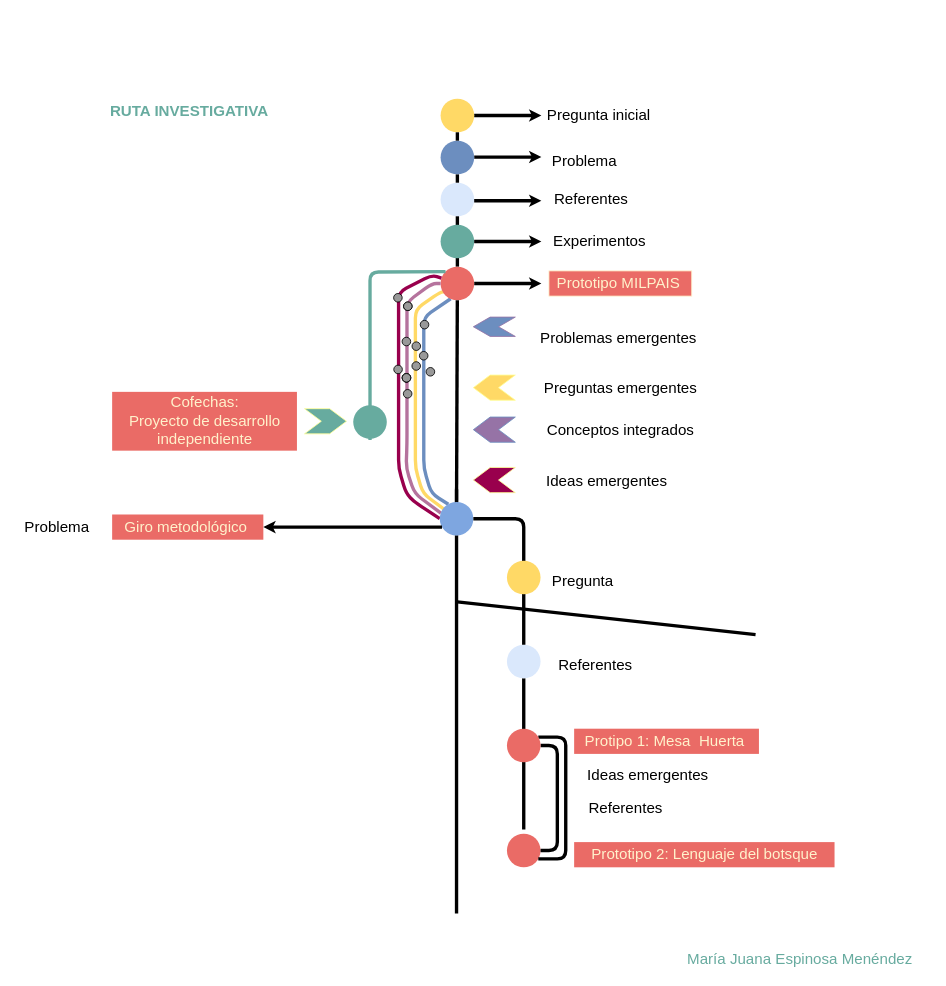
Earlier version of the draw.io diagram page "Ruta investigativa" (6 of 13) of Esquemas/001_esqu_cap_tesis.drawio (mjespinosam/botsque-doc). Source tidied: cells renumbered, new cells numbered last; positions are measured from the earlier drawing's top-left corner, leaving out a move shared by most shapes. Both pictures are drawn from the tidied source at 84%, with x=0, y=0 at pixel (14, 98).
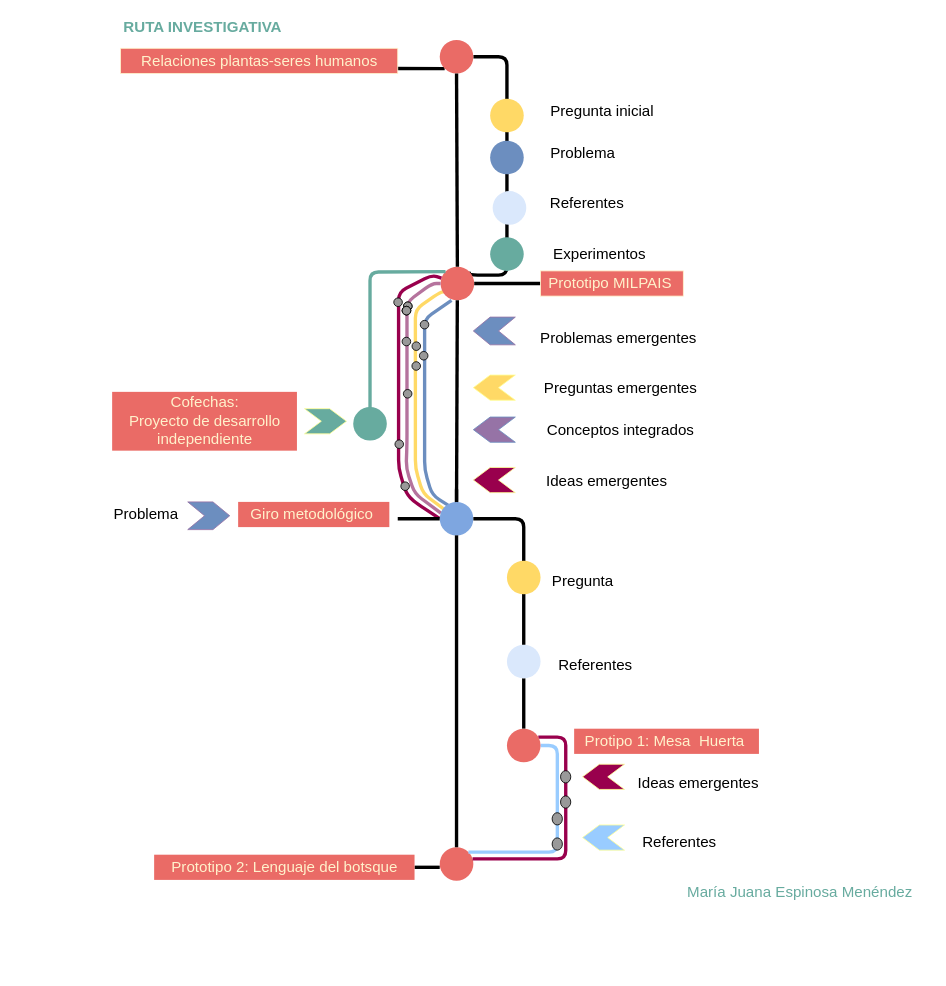
Above is the later version.

The change refers to these unchanged cells:
```xml
<mxCell id="16" value="&lt;br&gt;&lt;br&gt;&lt;br&gt;&lt;br&gt;" style="ellipse;whiteSpace=wrap;html=1;fillColor=#EA6B66;strokeColor=none;" parent="1" vertex="1">
  <mxGeometry x="507" y="200" width="40" height="40" as="geometry" />
</mxCell>
<mxCell id="41" value="&lt;br&gt;&lt;br&gt;&lt;br&gt;&lt;br&gt;" style="ellipse;whiteSpace=wrap;html=1;fillColor=#7EA6E0;strokeColor=none;" parent="1" vertex="1">
  <mxGeometry x="506" y="480" width="40" height="40" as="geometry" />
</mxCell>
<mxCell id="43" value="&lt;br&gt;&lt;br&gt;&lt;br&gt;&lt;br&gt;" style="ellipse;whiteSpace=wrap;html=1;fillColor=#dae8fc;strokeColor=none;" parent="1" vertex="1">
  <mxGeometry x="586" y="650" width="40" height="40" as="geometry" />
</mxCell>
<mxCell id="79" value="&lt;br&gt;&lt;br&gt;&lt;br&gt;&lt;br&gt;" style="ellipse;whiteSpace=wrap;html=1;fillColor=#EA6B66;strokeColor=none;" parent="70" vertex="1">
  <mxGeometry x="586" y="750" width="40" height="40" as="geometry" />
</mxCell>
```

The edit, as a diff of the source:
```diff
@@
-    <mxCell id="2" style="endArrow=none;html=1;strokeWidth=4;entryX=0.3;entryY=0.954;entryDx=0;entryDy=0;entryPerimeter=0;fillColor=#dae8fc;strokeColor=#6C8EBF;exitX=0.256;exitY=0.071;exitDx=0;exitDy=0;exitPerimeter=0;" parent="1" edge="1" source="41" target="16">
+    <mxCell id="2" style="endArrow=none;html=1;strokeWidth=4;entryX=0.3;entryY=0.954;entryDx=0;entryDy=0;entryPerimeter=0;fillColor=#dae8fc;strokeColor=#6C8EBF;exitX=0.256;exitY=0.071;exitDx=0;exitDy=0;exitPerimeter=0;" parent="1" edge="1">
       <mxGeometry relative="1" as="geometry">
+        <mxPoint x="517.2" y="484.8" as="sourcePoint" />
+        <mxPoint x="520" y="240.2" as="targetPoint" />
         <Array as="points">
-          <mxPoint x="496" y="470" />
-          <mxPoint x="487" y="440" />
-          <mxPoint x="487" y="320" />
-          <mxPoint x="487" y="260" />
+          <mxPoint x="497" y="472" />
+          <mxPoint x="488" y="442" />
+          <mxPoint x="488" y="322" />
+          <mxPoint x="488" y="262" />
         </Array>
       </mxGeometry>
     </mxCell>
@@
-    <mxCell id="5" style="edgeStyle=orthogonalEdgeStyle;curved=1;jettySize=auto;html=1;strokeWidth=4;endSize=2;" parent="1" edge="1" source="6">
+    <mxCell id="5" style="edgeStyle=orthogonalEdgeStyle;jettySize=auto;html=1;strokeWidth=4;endSize=2;exitX=1;exitY=0.5;exitDx=0;exitDy=0;endArrow=none;endFill=0;rounded=1;entryX=1;entryY=0;entryDx=0;entryDy=0;" parent="1" edge="1" source="81" target="16">
       <mxGeometry relative="1" as="geometry">
-        <mxPoint x="627" y="20" as="targetPoint" />
+        <Array as="points">
+          <mxPoint x="586" y="-50" />
+          <mxPoint x="586" y="210" />
+          <mxPoint x="541" y="210" />
+        </Array>
       </mxGeometry>
     </mxCell>
-    <mxCell id="6" value="&lt;br&gt;&lt;br&gt;&lt;br&gt;&lt;br&gt;" style="ellipse;whiteSpace=wrap;html=1;fillColor=#FFD966;strokeColor=none;" parent="1" vertex="1">
-      <mxGeometry x="507" width="40" height="40" as="geometry" />
-    </mxCell>
-    <mxCell id="7" value="&lt;br&gt;&lt;br&gt;&lt;br&gt;&lt;br&gt;" style="ellipse;whiteSpace=wrap;html=1;fillColor=#dae8fc;strokeColor=none;" parent="1" vertex="1">
-      <mxGeometry x="507" y="100" width="40" height="40" as="geometry" />
-    </mxCell>
-    <mxCell id="8" style="endArrow=none;html=1;strokeWidth=4;" parent="1" edge="1" source="18" target="7">
-      <mxGeometry relative="1" as="geometry" />
-    </mxCell>
-    <mxCell id="9" style="edgeStyle=orthogonalEdgeStyle;curved=1;jettySize=auto;html=1;strokeWidth=4;endSize=2;" parent="1" edge="1" source="16">
-      <mxGeometry relative="1" as="geometry">
-        <mxPoint x="627" y="220" as="targetPoint" />
-      </mxGeometry>
-    </mxCell>
-    <mxCell id="10" style="endArrow=none;html=1;strokeWidth=4;" parent="1" edge="1" source="7" target="16">
-      <mxGeometry relative="1" as="geometry" />
-    </mxCell>
-    <mxCell id="11" style="edgeStyle=orthogonalEdgeStyle;curved=1;orthogonalLoop=1;jettySize=auto;html=1;strokeWidth=4;endSize=2;" parent="1" edge="1">
-      <mxGeometry relative="1" as="geometry">
-        <mxPoint x="547" y="69.5" as="sourcePoint" />
-        <mxPoint x="627" y="69.5" as="targetPoint" />
-      </mxGeometry>
-    </mxCell>
+    <mxCell id="80" style="edgeStyle=orthogonalEdgeStyle;rounded=0;jettySize=auto;html=1;endArrow=none;endFill=0;strokeColor=#000000;strokeWidth=4;exitX=0;exitY=1;exitDx=0;exitDy=0;entryX=0.988;entryY=0.973;entryDx=0;entryDy=0;entryPerimeter=0;" parent="1" edge="1" source="81" target="50">
+      <mxGeometry relative="1" as="geometry">
+        <Array as="points">
+          <mxPoint x="452" y="-36" />
+        </Array>
+      </mxGeometry>
+    </mxCell>
+    <mxCell id="81" value="&lt;br&gt;&lt;br&gt;&lt;br&gt;&lt;br&gt;" style="ellipse;whiteSpace=wrap;html=1;fillColor=#EA6B66;strokeColor=none;" parent="1" vertex="1">
+      <mxGeometry x="506" y="-70" width="40" height="40" as="geometry" />
+    </mxCell>
@@
     <mxCell id="15" style="group;" parent="1" vertex="1">
-      <mxGeometry x="457" y="200" width="140" height="320" as="geometry" />
+      <mxGeometry x="457" y="120" width="140" height="320" as="geometry" />
     </mxCell>
+    <mxCell id="82" style="edgeStyle=orthogonalEdgeStyle;rounded=1;jettySize=auto;html=1;endArrow=none;endFill=0;strokeColor=#000000;strokeWidth=4;" parent="1" edge="1" source="16" target="84">
+      <mxGeometry relative="1" as="geometry" />
+    </mxCell>
@@
-    <mxCell id="18" value="&lt;br&gt;&lt;br&gt;&lt;br&gt;&lt;br&gt;" style="ellipse;whiteSpace=wrap;html=1;fillColor=#6C8EBF;strokeColor=none;" parent="1" vertex="1">
-      <mxGeometry x="507" y="50" width="40" height="40" as="geometry" />
-    </mxCell>
-    <mxCell id="19" style="endArrow=none;html=1;strokeWidth=4;" parent="1" edge="1" target="18">
-      <mxGeometry relative="1" as="geometry">
-        <mxPoint x="527" y="40" as="sourcePoint" />
-      </mxGeometry>
+    <mxCell id="19" style="endArrow=none;html=1;strokeWidth=4;exitX=0.5;exitY=1;exitDx=0;exitDy=0;entryX=0.5;entryY=0;entryDx=0;entryDy=0;" parent="1" edge="1" source="81" target="16">
+      <mxGeometry relative="1" as="geometry" />
     </mxCell>
-    <mxCell id="20" style="edgeStyle=orthogonalEdgeStyle;curved=1;orthogonalLoop=1;jettySize=auto;html=1;strokeWidth=4;endSize=2;" parent="1" edge="1">
-      <mxGeometry relative="1" as="geometry">
-        <mxPoint x="547" y="121.5" as="sourcePoint" />
-        <mxPoint x="627" y="121.5" as="targetPoint" />
-      </mxGeometry>
-    </mxCell>
-    <mxCell id="21" value="&lt;br&gt;&lt;br&gt;&lt;br&gt;&lt;br&gt;" style="ellipse;whiteSpace=wrap;html=1;fillColor=#67AB9F;strokeColor=none;" parent="1" vertex="1">
-      <mxGeometry x="507" y="150" width="40" height="40" as="geometry" />
-    </mxCell>
-    <mxCell id="22" style="edgeStyle=orthogonalEdgeStyle;curved=1;orthogonalLoop=1;jettySize=auto;html=1;strokeWidth=4;endSize=2;" parent="1" edge="1">
-      <mxGeometry relative="1" as="geometry">
-        <mxPoint x="547" y="170" as="sourcePoint" />
-        <mxPoint x="627" y="170" as="targetPoint" />
-      </mxGeometry>
-    </mxCell>
-    <mxCell id="23" value="Referentes" style="text;html=1;align=center;verticalAlign=middle;fontFamily=Epilogue;fontSize=18;fontStyle=0;" parent="1" vertex="1">
-      <mxGeometry x="631" y="105" width="110" height="30" as="geometry" />
-    </mxCell>
@@
     <mxCell id="30" style="ellipse;whiteSpace=wrap;html=1;strokeColor=#000000;fillColor=#999999;" parent="1" vertex="1">
-      <mxGeometry x="451.3" y="317.2" width="10.2" height="10.2" as="geometry" />
+      <mxGeometry x="451.3" y="237.2" width="10.2" height="10.2" as="geometry" />
     </mxCell>
     <mxCell id="31" style="ellipse;whiteSpace=wrap;html=1;strokeColor=#000000;fillColor=#999999;" parent="1" vertex="1">
-      <mxGeometry x="461.3" y="327.2" width="10.2" height="10.2" as="geometry" />
+      <mxGeometry x="461.3" y="247.2" width="10.2" height="10.2" as="geometry" />
     </mxCell>
     <mxCell id="32" style="ellipse;whiteSpace=wrap;html=1;strokeColor=#000000;fillColor=#999999;" parent="1" vertex="1">
-      <mxGeometry x="461.3" y="327.2" width="10.2" height="10.2" as="geometry" />
+      <mxGeometry x="461.3" y="247.2" width="10.2" height="10.2" as="geometry" />
     </mxCell>
     <mxCell id="33" style="ellipse;whiteSpace=wrap;html=1;strokeColor=#000000;fillColor=#999999;" parent="1" vertex="1">
-      <mxGeometry x="461.3" y="327.2" width="10.2" height="10.2" as="geometry" />
+      <mxGeometry x="461.3" y="247.2" width="10.2" height="10.2" as="geometry" />
     </mxCell>
@@
-    <mxCell id="36" style="ellipse;whiteSpace=wrap;html=1;strokeColor=#000000;fillColor=#999999;" parent="1" vertex="1">
-      <mxGeometry x="451.1" y="231.9" width="10.2" height="10.2" as="geometry" />
-    </mxCell>
-    <mxCell id="37" style="endArrow=none;html=1;strokeWidth=4;" parent="1" edge="1">
-      <mxGeometry relative="1" as="geometry">
-        <mxPoint x="526.9" y="599" as="sourcePoint" />
-        <mxPoint x="882" y="638" as="targetPoint" />
-      </mxGeometry>
-    </mxCell>
@@
-    <mxCell id="40" style="edgeStyle=orthogonalEdgeStyle;rounded=1;jettySize=auto;html=1;startArrow=none;startFill=0;startSize=5;endArrow=none;endFill=0;endSize=2;strokeColor=#000000;strokeWidth=4;fontFamily=Epilogue;fontSize=18;fontColor=#EA6B66;" parent="1" edge="1" source="41">
+    <mxCell id="40" style="edgeStyle=orthogonalEdgeStyle;rounded=1;orthogonalLoop=1;jettySize=auto;html=1;startArrow=none;startFill=0;startSize=5;endArrow=none;endFill=0;endSize=0;strokeColor=#000000;strokeWidth=4;fontFamily=Epilogue;fontSize=18;fontColor=#EA6B66;targetPerimeterSpacing=7;" parent="1" edge="1">
       <mxGeometry relative="1" as="geometry">
-        <mxPoint x="526" y="970" as="targetPoint" />
+        <mxPoint x="526" y="930" as="sourcePoint" />
+        <mxPoint x="526" y="920" as="targetPoint" />
+        <Array as="points">
+          <mxPoint x="526" y="930" />
+          <mxPoint x="526" y="930" />
+        </Array>
       </mxGeometry>
     </mxCell>
+    <mxCell id="83" style="edgeStyle=orthogonalEdgeStyle;rounded=1;jettySize=auto;html=1;endArrow=none;endFill=0;strokeColor=#000000;strokeWidth=4;" parent="1" edge="1" source="41">
+      <mxGeometry relative="1" as="geometry">
+        <mxPoint x="456" y="500" as="targetPoint" />
+      </mxGeometry>
+    </mxCell>
@@
-    <mxCell id="42" style="edgeStyle=orthogonalEdgeStyle;rounded=1;jettySize=auto;html=1;startArrow=none;startFill=0;startSize=5;endArrow=none;endFill=0;endSize=2;strokeColor=#000000;strokeWidth=4;fontFamily=Epilogue;fontSize=18;fontColor=#EA6B66;" parent="1" edge="1" source="43">
-      <mxGeometry relative="1" as="geometry">
-        <mxPoint x="606" y="870" as="targetPoint" />
-      </mxGeometry>
+    <mxCell id="42" style="edgeStyle=orthogonalEdgeStyle;rounded=1;jettySize=auto;html=1;startArrow=none;startFill=0;startSize=5;endArrow=none;endFill=0;endSize=2;strokeColor=#000000;strokeWidth=4;fontFamily=Epilogue;fontSize=18;fontColor=#EA6B66;" parent="1" edge="1" source="43" target="79">
+      <mxGeometry relative="1" as="geometry" />
     </mxCell>
@@
+    <mxCell id="84" value="&lt;font color=&quot;#fff2cc&quot; style=&quot;font-size: 18px;&quot;&gt;Prototipo MILPAIS&amp;nbsp;&lt;/font&gt;" style="text;html=1;align=center;verticalAlign=middle;points=[];fontFamily=Epilogue;fontSize=18;fontStyle=0;fillColor=#EA6B66;strokeColor=#FFF2CC;" parent="1" vertex="1">
+      <mxGeometry x="626" y="205" width="170" height="30" as="geometry" />
+    </mxCell>
+    <mxCell id="47" value="Pregunta inicial" style="text;html=1;align=left;verticalAlign=middle;fontFamily=Epilogue;fontSize=18;fontStyle=0;" parent="1" vertex="1">
+      <mxGeometry x="636" width="150" height="30" as="geometry" />
+    </mxCell>
+    <mxCell id="48" value="Problema" style="text;html=1;align=center;verticalAlign=middle;fontFamily=Epilogue;fontSize=18;fontStyle=0;" parent="1" vertex="1">
+      <mxGeometry x="626" y="50" width="100" height="30" as="geometry" />
+    </mxCell>
+    <mxCell id="23" value="Referentes" style="text;html=1;align=center;verticalAlign=middle;fontFamily=Epilogue;fontSize=18;fontStyle=0;" parent="1" vertex="1">
+      <mxGeometry x="626" y="110" width="110" height="30" as="geometry" />
+    </mxCell>
+    <mxCell id="49" value="Experimentos" style="text;html=1;align=center;verticalAlign=middle;fontFamily=Epilogue;fontSize=18;fontStyle=0;" parent="1" vertex="1">
+      <mxGeometry x="626" y="170" width="140" height="30" as="geometry" />
+    </mxCell>
+    <mxCell id="68" value="&lt;br&gt;&lt;br&gt;&lt;br&gt;&lt;br&gt;" style="ellipse;whiteSpace=wrap;html=1;fillColor=#EA6B66;strokeColor=none;" parent="1" vertex="1">
+      <mxGeometry x="506" y="891" width="40" height="40" as="geometry" />
+    </mxCell>
+    <mxCell id="85" style="edgeStyle=orthogonalEdgeStyle;rounded=1;jettySize=auto;html=1;startArrow=none;startFill=0;startSize=5;endArrow=none;endFill=0;endSize=2;strokeColor=#000000;strokeWidth=4;fontFamily=Epilogue;fontSize=18;fontColor=#EA6B66;" parent="1" edge="1" source="41" target="68">
+      <mxGeometry relative="1" as="geometry" />
+    </mxCell>
+    <mxCell id="86" style="ellipse;whiteSpace=wrap;html=1;strokeColor=#000000;fillColor=#999999;" parent="1" vertex="1">
+      <mxGeometry x="452.7" y="406.2" width="10.2" height="10.2" as="geometry" />
+    </mxCell>
+    <mxCell id="87" style="ellipse;whiteSpace=wrap;html=1;strokeColor=#000000;fillColor=#999999;" parent="1" vertex="1">
+      <mxGeometry x="459.7" y="456.2" width="10.2" height="10.2" as="geometry" />
+    </mxCell>
@@
-    <mxCell id="47" value="Pregunta inicial" style="text;html=1;align=left;verticalAlign=middle;fontFamily=Epilogue;fontSize=18;fontStyle=0;" parent="45" vertex="1">
-      <mxGeometry x="632" y="5" width="150" height="30" as="geometry" />
-    </mxCell>
-    <mxCell id="48" value="Problema" style="text;html=1;align=center;verticalAlign=middle;fontFamily=Epilogue;fontSize=18;fontStyle=0;" parent="45" vertex="1">
-      <mxGeometry x="628" y="60" width="100" height="30" as="geometry" />
-    </mxCell>
-    <mxCell id="49" value="Experimentos" style="text;html=1;align=center;verticalAlign=middle;fontFamily=Epilogue;fontSize=18;fontStyle=0;" parent="45" vertex="1">
-      <mxGeometry x="626" y="155" width="140" height="30" as="geometry" />
-    </mxCell>
-    <mxCell id="50" value="&lt;font color=&quot;#fff2cc&quot; style=&quot;font-size: 18px;&quot;&gt;Prototipo MILPAIS&amp;nbsp;&lt;/font&gt;" style="text;html=1;align=center;verticalAlign=middle;points=[];fontFamily=Epilogue;fontSize=18;fontStyle=0;fillColor=#EA6B66;strokeColor=#FFF2CC;" parent="45" vertex="1">
-      <mxGeometry x="636" y="205" width="170" height="30" as="geometry" />
+    <mxCell id="50" value="&lt;font color=&quot;#fff2cc&quot; style=&quot;font-size: 18px&quot;&gt;Relaciones plantas-seres humanos&lt;/font&gt;" style="text;html=1;align=center;verticalAlign=middle;points=[];fontFamily=Epilogue;fontSize=18;fontStyle=0;fillColor=#EA6B66;strokeColor=#FFF2CC;" parent="45" vertex="1">
+      <mxGeometry x="126" y="-60" width="330" height="30" as="geometry" />
     </mxCell>
@@
     <mxCell id="55" value="&lt;div style=&quot;text-align: left ; font-size: 18px&quot;&gt;&lt;font color=&quot;#67ab9f&quot;&gt;&lt;b&gt;RUTA INVESTIGATIVA&amp;nbsp;&lt;/b&gt;&lt;/font&gt;&lt;/div&gt;" style="text;html=1;align=center;verticalAlign=middle;fontSize=18;fontFamily=Abril fatface;fontColor=#FFF2CC;FType=g;" parent="45" vertex="1">
-      <mxGeometry x="100" width="220" height="30" as="geometry" />
+      <mxGeometry x="116" y="-100" width="220" height="30" as="geometry" />
     </mxCell>
     <mxCell id="56" value="&lt;font color=&quot;#67ab9f&quot; style=&quot;font-size: 18px;&quot;&gt;María Juana Espinosa Menéndez&amp;nbsp;&lt;/font&gt;" style="text;html=1;align=center;verticalAlign=middle;fontSize=18;fontFamily=Epilogue;fontColor=#FFF2CC;" parent="45" vertex="1">
-      <mxGeometry x="782" y="1010" width="310" height="30" as="geometry" />
+      <mxGeometry x="782" y="930" width="310" height="30" as="geometry" />
     </mxCell>
@@
     <mxCell id="60" value="&lt;font color=&quot;#000000&quot; style=&quot;font-size: 18px;&quot;&gt;Problema&lt;/font&gt;" style="text;html=1;align=center;verticalAlign=middle;fontSize=18;fontFamily=Epilogue;fontColor=#67AB9F;" parent="45" vertex="1">
-      <mxGeometry y="495" width="100" height="30" as="geometry" />
+      <mxGeometry x="106" y="480" width="100" height="30" as="geometry" />
     </mxCell>
     <mxCell id="61" value="Giro metodológico&amp;nbsp;" style="text;html=1;align=center;verticalAlign=middle;fontSize=18;fontFamily=Epilogue;fontColor=#FFF2CC;fillColor=#EA6B66;" parent="45" vertex="1">
-      <mxGeometry x="116" y="495" width="180" height="30" as="geometry" />
+      <mxGeometry x="266" y="480" width="180" height="30" as="geometry" />
     </mxCell>
@@
+    <mxCell id="88" style="edgeStyle=orthogonalEdgeStyle;rounded=0;jettySize=auto;html=1;endArrow=none;endFill=0;strokeColor=#000000;strokeWidth=4;" parent="45" edge="1" source="63">
+      <mxGeometry relative="1" as="geometry">
+        <mxPoint x="506" y="915" as="targetPoint" />
+      </mxGeometry>
+    </mxCell>
     <mxCell id="63" value="&lt;font style=&quot;font-size: 18px;&quot;&gt;Prototipo 2: Lenguaje del botsque&lt;/font&gt;" style="text;html=1;align=center;verticalAlign=middle;points=[];fontSize=18;fontFamily=Epilogue;fontColor=#FFF2CC;fillColor=#EA6B66;" parent="45" vertex="1">
-      <mxGeometry x="666" y="885" width="310" height="30" as="geometry" />
+      <mxGeometry x="166" y="900" width="310" height="30" as="geometry" />
     </mxCell>
     <mxCell id="64" value="Ideas emergentes&amp;nbsp;" style="text;html=1;align=center;verticalAlign=middle;fontFamily=Epilogue;fontSize=18;fontStyle=0;" parent="45" vertex="1">
-      <mxGeometry x="666" y="790" width="180" height="30" as="geometry" />
+      <mxGeometry x="726" y="800" width="180" height="30" as="geometry" />
     </mxCell>
@@
     <mxCell id="66" value="Referentes" style="text;html=1;align=center;verticalAlign=middle;fontSize=18;fontFamily=Epilogue;fontColor=#000000;" parent="45" vertex="1">
-      <mxGeometry x="672" y="830" width="110" height="30" as="geometry" />
+      <mxGeometry x="736" y="870" width="110" height="30" as="geometry" />
     </mxCell>
@@
-    <mxCell id="68" value="&lt;br&gt;&lt;br&gt;&lt;br&gt;&lt;br&gt;" style="ellipse;whiteSpace=wrap;html=1;fillColor=#EA6B66;strokeColor=none;" parent="45" vertex="1">
-      <mxGeometry x="586" y="875" width="40" height="40" as="geometry" />
-    </mxCell>
-    <mxCell id="69" style="edgeStyle=orthogonalEdgeStyle;rounded=1;jettySize=auto;html=1;startArrow=none;startFill=0;startSize=5;endArrow=none;endFill=0;endSize=2;strokeColor=#000000;strokeWidth=4;fontFamily=Epilogue;fontSize=18;fontColor=#EA6B66;" parent="45" edge="1" source="79" target="68">
+    <mxCell id="69" style="edgeStyle=orthogonalEdgeStyle;rounded=1;jettySize=auto;html=1;startArrow=none;startFill=0;startSize=5;endArrow=none;endFill=0;endSize=2;strokeColor=#99004D;strokeWidth=4;fontFamily=Epilogue;fontSize=18;fontColor=#EA6B66;" parent="45" edge="1" source="79" target="68">
       <mxGeometry relative="1" as="geometry">
         <Array as="points">
           <mxPoint x="656" y="760" />
           <mxPoint x="656" y="905" />
         </Array>
       </mxGeometry>
     </mxCell>
@@
     <mxCell id="71" value="&lt;br&gt;&lt;br&gt;&lt;br&gt;&lt;br&gt;" style="ellipse;whiteSpace=wrap;html=1;fillColor=#67AB9F;strokeColor=none;" parent="70" vertex="1">
-      <mxGeometry x="403" y="365" width="40" height="40" as="geometry" />
+      <mxGeometry x="403" y="367" width="40" height="40" as="geometry" />
     </mxCell>
     <mxCell id="72" style="shape=step;perimeter=stepPerimeter;whiteSpace=wrap;html=1;fixedSize=1;fillColor=#6C8EBF;strokeColor=#9673A6;rotation=-180;" parent="70" vertex="1">
-      <mxGeometry x="546" y="260" width="50" height="23" as="geometry" />
+      <mxGeometry x="546" y="260" width="50" height="33" as="geometry" />
     </mxCell>
-    <mxCell id="73" style="ellipse;whiteSpace=wrap;html=1;strokeColor=#000000;fillColor=#999999;" parent="70" vertex="1">
-      <mxGeometry x="489.8" y="320" width="10.2" height="10.2" as="geometry" />
-    </mxCell>
@@
-    <mxCell id="76" style="edgeStyle=orthogonalEdgeStyle;rounded=0;jettySize=auto;html=1;startArrow=none;startFill=0;startSize=5;endArrow=classic;endFill=1;strokeColor=#000000;strokeWidth=4;fontFamily=Epilogue;fontSize=18;fontColor=#67AB9F;endSize=2;" parent="70" edge="1" source="41">
-      <mxGeometry relative="1" as="geometry">
-        <mxPoint x="296" y="510" as="targetPoint" />
-        <Array as="points">
-          <mxPoint x="316" y="510" />
-        </Array>
-      </mxGeometry>
-    </mxCell>
@@
-    <mxCell id="78" style="edgeStyle=orthogonalEdgeStyle;rounded=1;jettySize=auto;html=1;startArrow=none;startFill=0;startSize=5;endArrow=none;endFill=0;endSize=2;strokeColor=#000000;strokeWidth=4;fontFamily=Epilogue;fontSize=18;fontColor=#EA6B66;entryX=1;entryY=0.5;entryDx=0;entryDy=0;" parent="70" edge="1" source="79" target="68">
+    <mxCell id="78" style="edgeStyle=orthogonalEdgeStyle;rounded=1;jettySize=auto;html=1;startArrow=none;startFill=0;startSize=5;endArrow=none;endFill=0;endSize=2;strokeColor=#99CCFF;strokeWidth=4;fontFamily=Epilogue;fontSize=18;fontColor=#EA6B66;entryX=1;entryY=0;entryDx=0;entryDy=0;" parent="70" edge="1" source="79" target="68">
       <mxGeometry relative="1" as="geometry">
         <Array as="points">
           <mxPoint x="646" y="770" />
-          <mxPoint x="646" y="895" />
+          <mxPoint x="646" y="896" />
         </Array>
       </mxGeometry>
     </mxCell>
@@
+    <mxCell id="89" value="&lt;br&gt;&lt;br&gt;&lt;br&gt;&lt;br&gt;" style="ellipse;whiteSpace=wrap;html=1;fillColor=#6C8EBF;strokeColor=none;" parent="70" vertex="1">
+      <mxGeometry x="566" y="50" width="40" height="40" as="geometry" />
+    </mxCell>
+    <mxCell id="6" value="&lt;br&gt;&lt;br&gt;&lt;br&gt;&lt;br&gt;" style="ellipse;whiteSpace=wrap;html=1;fillColor=#FFD966;strokeColor=none;" parent="70" vertex="1">
+      <mxGeometry x="566" width="40" height="40" as="geometry" />
+    </mxCell>
+    <mxCell id="90" value="&lt;br&gt;&lt;br&gt;&lt;br&gt;&lt;br&gt;" style="ellipse;whiteSpace=wrap;html=1;fillColor=#dae8fc;strokeColor=none;" parent="70" vertex="1">
+      <mxGeometry x="569" y="110" width="40" height="40" as="geometry" />
+    </mxCell>
+    <mxCell id="91" value="&lt;br&gt;&lt;br&gt;&lt;br&gt;&lt;br&gt;" style="ellipse;whiteSpace=wrap;html=1;fillColor=#67AB9F;strokeColor=none;strokeWidth=6;" parent="70" vertex="1">
+      <mxGeometry x="566" y="165" width="40" height="40" as="geometry" />
+    </mxCell>
+    <mxCell id="92" style="ellipse;whiteSpace=wrap;html=1;strokeColor=#000000;fillColor=#999999;" parent="70" vertex="1">
+      <mxGeometry x="649.8" y="800" width="12.2" height="14.6" as="geometry" />
+    </mxCell>
+    <mxCell id="93" style="ellipse;whiteSpace=wrap;html=1;strokeColor=#000000;fillColor=#999999;" parent="70" vertex="1">
+      <mxGeometry x="649.8" y="830" width="12.2" height="14.6" as="geometry" />
+    </mxCell>
+    <mxCell id="94" style="ellipse;whiteSpace=wrap;html=1;strokeColor=#000000;fillColor=#999999;" parent="70" vertex="1">
+      <mxGeometry x="639.8" y="850" width="12.2" height="14.6" as="geometry" />
+    </mxCell>
+    <mxCell id="95" style="ellipse;whiteSpace=wrap;html=1;strokeColor=#000000;fillColor=#999999;" parent="70" vertex="1">
+      <mxGeometry x="639.8" y="880" width="12.2" height="14.6" as="geometry" />
+    </mxCell>
+    <mxCell id="96" style="shape=step;perimeter=stepPerimeter;whiteSpace=wrap;html=1;fixedSize=1;fillColor=#99004D;strokeColor=#FFFF99;size=20;rotation=-180;" parent="70" vertex="1">
+      <mxGeometry x="676" y="792.3" width="50" height="30" as="geometry" />
+    </mxCell>
+    <mxCell id="97" style="shape=step;perimeter=stepPerimeter;whiteSpace=wrap;html=1;fixedSize=1;fillColor=#99CCFF;strokeColor=#FFFF99;size=20;rotation=-180;" parent="70" vertex="1">
+      <mxGeometry x="676" y="864.6" width="50" height="30" as="geometry" />
+    </mxCell>
+    <mxCell id="98" style="shape=step;perimeter=stepPerimeter;whiteSpace=wrap;html=1;fixedSize=1;fillColor=#6C8EBF;strokeColor=#9673A6;rotation=0;size=20;" parent="70" vertex="1">
+      <mxGeometry x="206" y="480" width="50" height="33" as="geometry" />
+    </mxCell>
```
